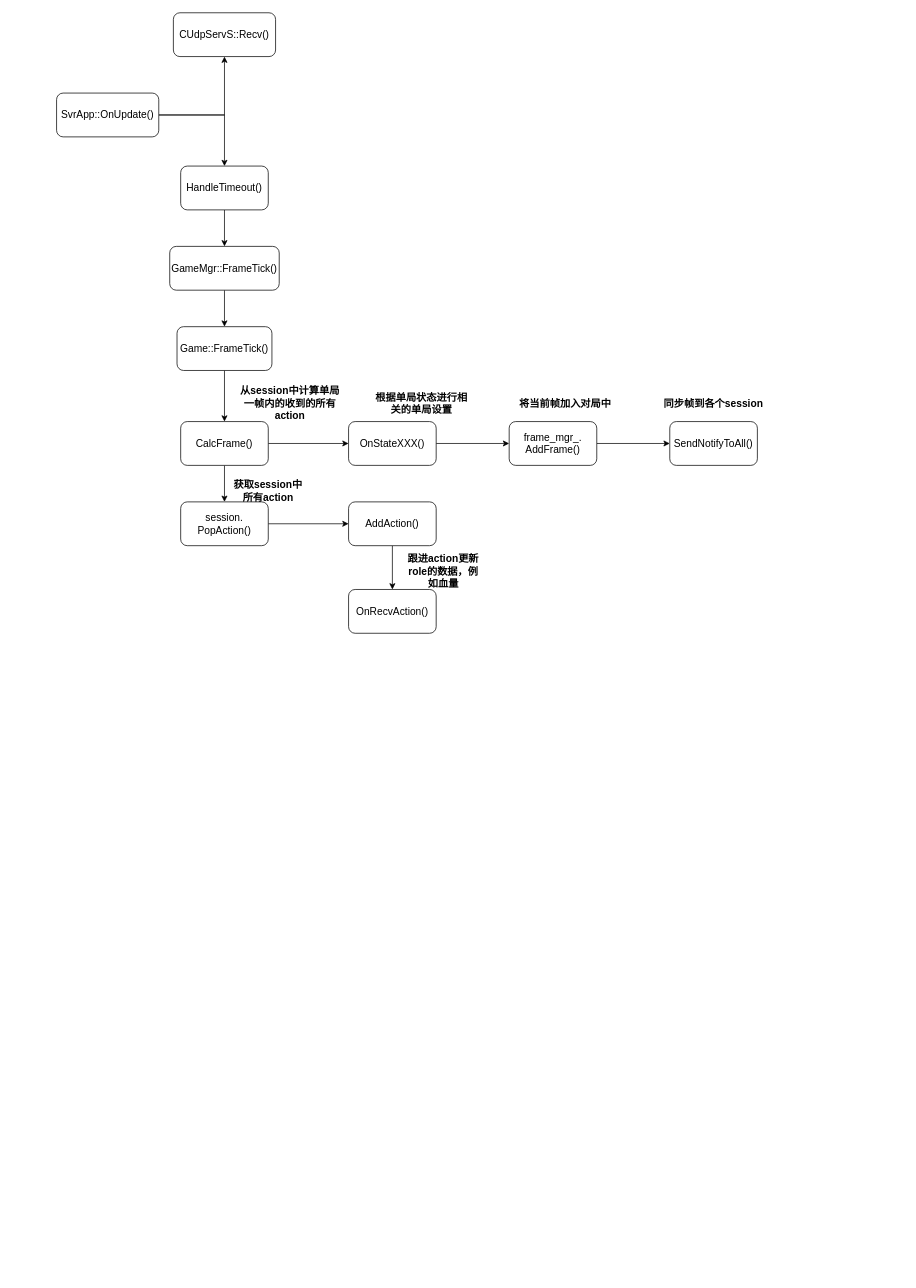
walkerdu/draw_io keeps this draw.io diagram as pvp.drawio. Above is the earlier version. Source tidied: cells renumbered, new cells numbered last; positions are measured from the earlier drawing's top-left corner, leaving out a move shared by most shapes. Both pictures are drawn from the tidied source at 73%, with x=0, y=0 at pixel (56, 12).
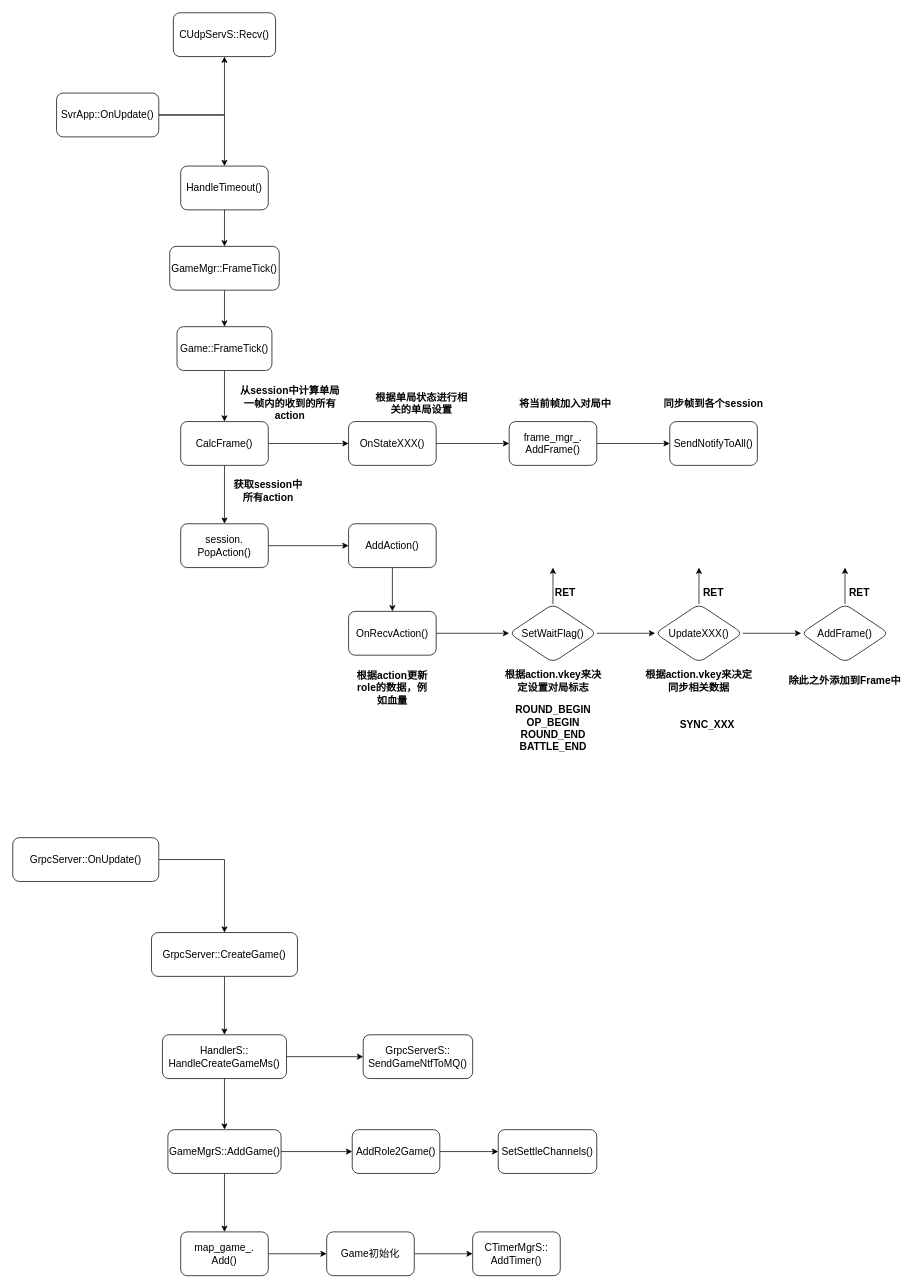
After the change.

What changed in the source:
```diff
@@
     <mxCell id="21" value="&lt;font style=&quot;font-size: 14px&quot;&gt;session.&lt;br&gt;PopAction()&lt;/font&gt;" style="whiteSpace=wrap;html=1;rounded=1;" parent="1" vertex="1">
-      <mxGeometry x="170" y="670" width="120" height="60" as="geometry" />
+      <mxGeometry x="170" y="700" width="120" height="60" as="geometry" />
     </mxCell>
@@
     <mxCell id="23" value="&lt;span style=&quot;font-size: 14px&quot;&gt;AddAction()&lt;/span&gt;" style="whiteSpace=wrap;html=1;rounded=1;" parent="1" vertex="1">
-      <mxGeometry x="400" y="670" width="120" height="60" as="geometry" />
+      <mxGeometry x="400" y="700" width="120" height="60" as="geometry" />
     </mxCell>
@@
+    <mxCell id="31" style="edgeStyle=orthogonalEdgeStyle;rounded=0;jettySize=auto;html=1;" parent="1" edge="1" source="29" target="33">
+      <mxGeometry relative="1" as="geometry" />
+    </mxCell>
     <mxCell id="29" value="&lt;font style=&quot;font-size: 14px&quot;&gt;OnRecvAction()&lt;/font&gt;" style="whiteSpace=wrap;html=1;rounded=1;" parent="1" vertex="1">
-      <mxGeometry x="400" y="790" width="120" height="60" as="geometry" />
+      <mxGeometry x="400" y="820" width="120" height="60" as="geometry" />
     </mxCell>
-    <mxCell id="30" value="&lt;span style=&quot;font-size: 14px&quot;&gt;跟进action更新role的数据，例如血量&lt;/span&gt;" style="text;html=1;strokeColor=none;fillColor=none;align=center;verticalAlign=middle;whiteSpace=wrap;rounded=0;fontStyle=1;" parent="1" vertex="1">
-      <mxGeometry x="480" y="750" width="100" height="30" as="geometry" />
+    <mxCell id="30" value="&lt;span style=&quot;font-size: 14px&quot;&gt;根据action更新role的数据，例如血量&lt;/span&gt;" style="text;html=1;strokeColor=none;fillColor=none;align=center;verticalAlign=middle;whiteSpace=wrap;rounded=0;fontStyle=1;" parent="1" vertex="1">
+      <mxGeometry x="410" y="900" width="100" height="50" as="geometry" />
     </mxCell>
+    <mxCell id="32" style="edgeStyle=orthogonalEdgeStyle;rounded=0;jettySize=auto;html=1;" parent="1" edge="1" source="33" target="37">
+      <mxGeometry relative="1" as="geometry" />
+    </mxCell>
+    <mxCell id="33" value="&lt;font style=&quot;font-size: 14px&quot;&gt;SetWaitFlag()&lt;/font&gt;" style="rhombus;whiteSpace=wrap;html=1;rounded=1;" parent="1" vertex="1">
+      <mxGeometry x="620" y="810" width="120" height="80" as="geometry" />
+    </mxCell>
+    <mxCell id="34" value="&lt;span style=&quot;font-size: 14px&quot;&gt;根据action.vkey来决定设置对局标志&lt;/span&gt;" style="text;html=1;strokeColor=none;fillColor=none;align=center;verticalAlign=middle;whiteSpace=wrap;rounded=0;fontStyle=1;" parent="1" vertex="1">
+      <mxGeometry x="608.5" y="890" width="143" height="50" as="geometry" />
+    </mxCell>
+    <mxCell id="35" style="edgeStyle=orthogonalEdgeStyle;rounded=0;jettySize=auto;html=1;" parent="1" edge="1" source="33">
+      <mxGeometry relative="1" as="geometry">
+        <mxPoint x="680" y="760" as="targetPoint" />
+      </mxGeometry>
+    </mxCell>
+    <mxCell id="36" style="edgeStyle=orthogonalEdgeStyle;rounded=0;jettySize=auto;html=1;" parent="1" edge="1" source="37" target="40">
+      <mxGeometry relative="1" as="geometry" />
+    </mxCell>
+    <mxCell id="37" value="&lt;font style=&quot;font-size: 14px&quot;&gt;UpdateXXX()&lt;/font&gt;" style="rhombus;whiteSpace=wrap;html=1;rounded=1;" parent="1" vertex="1">
+      <mxGeometry x="820" y="810" width="120" height="80" as="geometry" />
+    </mxCell>
+    <mxCell id="38" value="&lt;span style=&quot;font-size: 14px&quot;&gt;除此之外添加到Frame中&lt;/span&gt;" style="text;html=1;strokeColor=none;fillColor=none;align=center;verticalAlign=middle;whiteSpace=wrap;rounded=0;fontStyle=1;" parent="1" vertex="1">
+      <mxGeometry x="1000" y="890" width="160" height="50" as="geometry" />
+    </mxCell>
+    <mxCell id="39" value="&lt;font&gt;&lt;font style=&quot;font-size: 14px&quot;&gt;ROUND_BEGIN&lt;br&gt;OP_BEGIN&lt;br&gt;ROUND_END&lt;br&gt;BATTLE_END&lt;/font&gt;&lt;br&gt;&lt;/font&gt;" style="text;html=1;strokeColor=none;fillColor=none;align=center;verticalAlign=middle;whiteSpace=wrap;rounded=0;fontStyle=1;" parent="1" vertex="1">
+      <mxGeometry x="608.5" y="950" width="143" height="60" as="geometry" />
+    </mxCell>
+    <mxCell id="40" value="&lt;span style=&quot;font-size: 14px&quot;&gt;AddFrame()&lt;/span&gt;" style="rhombus;whiteSpace=wrap;html=1;rounded=1;" parent="1" vertex="1">
+      <mxGeometry x="1020" y="810" width="120" height="80" as="geometry" />
+    </mxCell>
+    <mxCell id="41" value="&lt;span style=&quot;font-size: 14px&quot;&gt;根据action.vkey来决定&lt;br&gt;同步相关数据&lt;br&gt;&lt;/span&gt;" style="text;html=1;strokeColor=none;fillColor=none;align=center;verticalAlign=middle;whiteSpace=wrap;rounded=0;fontStyle=1;" parent="1" vertex="1">
+      <mxGeometry x="800" y="890" width="160" height="50" as="geometry" />
+    </mxCell>
+    <mxCell id="42" value="&lt;span style=&quot;font-size: 14px&quot;&gt;SYNC_XXX&lt;/span&gt;" style="text;html=1;strokeColor=none;fillColor=none;align=center;verticalAlign=middle;whiteSpace=wrap;rounded=0;fontStyle=1;" parent="1" vertex="1">
+      <mxGeometry x="820" y="950" width="143" height="50" as="geometry" />
+    </mxCell>
+    <mxCell id="43" style="edgeStyle=orthogonalEdgeStyle;rounded=0;jettySize=auto;html=1;exitX=0.5;exitY=0;exitDx=0;exitDy=0;" parent="1" edge="1" source="37">
+      <mxGeometry relative="1" as="geometry">
+        <mxPoint x="880" y="760" as="targetPoint" />
+      </mxGeometry>
+    </mxCell>
+    <mxCell id="44" style="endArrow=classic;html=1;exitX=0.5;exitY=0;exitDx=0;exitDy=0;" parent="1" edge="1" source="40">
+      <mxGeometry relative="1" as="geometry">
+        <mxPoint x="1080" y="760" as="targetPoint" />
+      </mxGeometry>
+    </mxCell>
+    <mxCell id="45" value="&lt;span style=&quot;font-size: 14px&quot;&gt;RET&lt;/span&gt;" style="text;html=1;strokeColor=none;fillColor=none;align=center;verticalAlign=middle;whiteSpace=wrap;rounded=0;fontStyle=1;" parent="1" vertex="1">
+      <mxGeometry x="677" y="780" width="40" height="30" as="geometry" />
+    </mxCell>
+    <mxCell id="46" value="&lt;span style=&quot;font-size: 14px&quot;&gt;RET&lt;/span&gt;" style="text;html=1;strokeColor=none;fillColor=none;align=center;verticalAlign=middle;whiteSpace=wrap;rounded=0;fontStyle=1;" parent="1" vertex="1">
+      <mxGeometry x="880" y="780" width="40" height="30" as="geometry" />
+    </mxCell>
+    <mxCell id="47" value="&lt;span style=&quot;font-size: 14px&quot;&gt;RET&lt;/span&gt;" style="text;html=1;strokeColor=none;fillColor=none;align=center;verticalAlign=middle;whiteSpace=wrap;rounded=0;fontStyle=1;" parent="1" vertex="1">
+      <mxGeometry x="1080" y="780" width="40" height="30" as="geometry" />
+    </mxCell>
+    <mxCell id="48" style="edgeStyle=orthogonalEdgeStyle;rounded=0;jettySize=auto;html=1;exitX=1;exitY=0.5;exitDx=0;exitDy=0;" parent="1" edge="1" source="49" target="51">
+      <mxGeometry relative="1" as="geometry" />
+    </mxCell>
+    <mxCell id="49" value="&lt;font style=&quot;font-size: 14px&quot;&gt;GrpcServer::OnUpdate()&lt;/font&gt;" style="rounded=1;whiteSpace=wrap;html=1;" parent="1" vertex="1">
+      <mxGeometry x="-60" y="1130" width="200" height="60" as="geometry" />
+    </mxCell>
+    <mxCell id="50" style="edgeStyle=orthogonalEdgeStyle;rounded=0;jettySize=auto;html=1;" parent="1" edge="1" source="51" target="54">
+      <mxGeometry relative="1" as="geometry" />
+    </mxCell>
+    <mxCell id="51" value="&lt;font style=&quot;font-size: 14px&quot;&gt;GrpcServer::CreateGame()&lt;/font&gt;" style="rounded=1;whiteSpace=wrap;html=1;" parent="1" vertex="1">
+      <mxGeometry x="130" y="1260" width="200" height="60" as="geometry" />
+    </mxCell>
+    <mxCell id="52" style="edgeStyle=orthogonalEdgeStyle;rounded=0;jettySize=auto;html=1;" parent="1" edge="1" source="54" target="57">
+      <mxGeometry relative="1" as="geometry" />
+    </mxCell>
+    <mxCell id="53" style="edgeStyle=orthogonalEdgeStyle;rounded=0;jettySize=auto;html=1;" parent="1" edge="1" source="54" target="66">
+      <mxGeometry relative="1" as="geometry" />
+    </mxCell>
+    <mxCell id="54" value="&lt;font style=&quot;font-size: 14px&quot;&gt;HandlerS::&lt;br&gt;HandleCreateGameMs()&lt;/font&gt;" style="whiteSpace=wrap;html=1;rounded=1;" parent="1" vertex="1">
+      <mxGeometry x="145" y="1400" width="170" height="60" as="geometry" />
+    </mxCell>
+    <mxCell id="55" style="edgeStyle=orthogonalEdgeStyle;rounded=0;jettySize=auto;html=1;" parent="1" edge="1" source="57" target="59">
+      <mxGeometry relative="1" as="geometry" />
+    </mxCell>
+    <mxCell id="56" style="edgeStyle=orthogonalEdgeStyle;rounded=0;jettySize=auto;html=1;" parent="1" edge="1" source="57" target="64">
+      <mxGeometry relative="1" as="geometry" />
+    </mxCell>
+    <mxCell id="57" value="&lt;font style=&quot;font-size: 14px&quot;&gt;GameMgrS::AddGame()&lt;/font&gt;" style="whiteSpace=wrap;html=1;rounded=1;" parent="1" vertex="1">
+      <mxGeometry x="152.5" y="1530" width="155" height="60" as="geometry" />
+    </mxCell>
+    <mxCell id="58" style="edgeStyle=orthogonalEdgeStyle;rounded=0;jettySize=auto;html=1;" parent="1" edge="1" source="59" target="61">
+      <mxGeometry relative="1" as="geometry" />
+    </mxCell>
+    <mxCell id="59" value="&lt;font&gt;&lt;span style=&quot;font-size: 14px&quot;&gt;map_game_.&lt;/span&gt;&lt;br&gt;&lt;span style=&quot;font-size: 14px&quot;&gt;Add()&lt;/span&gt;&lt;/font&gt;" style="whiteSpace=wrap;html=1;rounded=1;" parent="1" vertex="1">
+      <mxGeometry x="170" y="1670" width="120" height="60" as="geometry" />
+    </mxCell>
+    <mxCell id="60" style="edgeStyle=orthogonalEdgeStyle;rounded=0;jettySize=auto;html=1;" parent="1" edge="1" source="61" target="62">
+      <mxGeometry relative="1" as="geometry" />
+    </mxCell>
+    <mxCell id="61" value="&lt;font style=&quot;font-size: 14px&quot;&gt;Game初始化&lt;/font&gt;" style="whiteSpace=wrap;html=1;rounded=1;" parent="1" vertex="1">
+      <mxGeometry x="370" y="1670" width="120" height="60" as="geometry" />
+    </mxCell>
+    <mxCell id="62" value="&lt;font style=&quot;font-size: 14px&quot;&gt;CTimerMgrS::&lt;br&gt;AddTimer()&lt;/font&gt;" style="whiteSpace=wrap;html=1;rounded=1;" parent="1" vertex="1">
+      <mxGeometry x="570" y="1670" width="120" height="60" as="geometry" />
+    </mxCell>
+    <mxCell id="63" style="edgeStyle=orthogonalEdgeStyle;rounded=0;jettySize=auto;html=1;" parent="1" edge="1" source="64" target="65">
+      <mxGeometry relative="1" as="geometry" />
+    </mxCell>
+    <mxCell id="64" value="&lt;font style=&quot;font-size: 14px&quot;&gt;AddRole2Game()&lt;/font&gt;" style="whiteSpace=wrap;html=1;rounded=1;" parent="1" vertex="1">
+      <mxGeometry x="405" y="1530" width="120" height="60" as="geometry" />
+    </mxCell>
+    <mxCell id="65" value="&lt;font style=&quot;font-size: 14px&quot;&gt;SetSettleChannels()&lt;/font&gt;" style="whiteSpace=wrap;html=1;rounded=1;" parent="1" vertex="1">
+      <mxGeometry x="605" y="1530" width="135" height="60" as="geometry" />
+    </mxCell>
+    <mxCell id="66" value="&lt;font style=&quot;font-size: 14px&quot;&gt;GrpcServerS::&lt;br&gt;SendGameNtfToMQ()&lt;/font&gt;" style="whiteSpace=wrap;html=1;rounded=1;" parent="1" vertex="1">
+      <mxGeometry x="420" y="1400" width="150" height="60" as="geometry" />
+    </mxCell>
```
